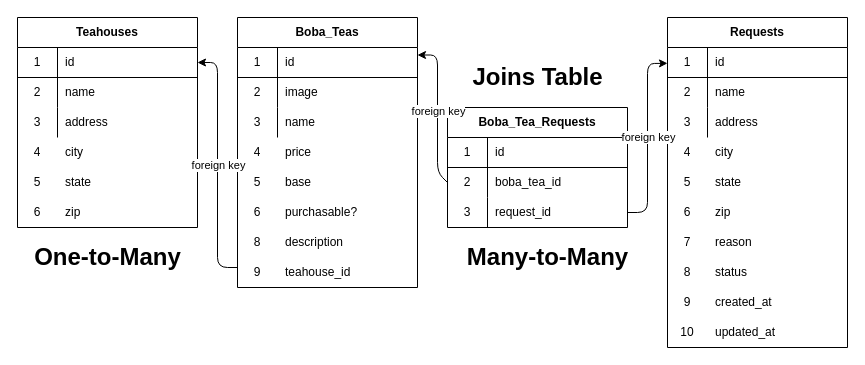
Above: lotus_flower_bomb.drawio in cowens87/lotus_flower_bomb (draw.io), before the change. Source tidied: cells renumbered, new cells numbered last; positions are measured from the earlier drawing's top-left corner, leaving out a move shared by most shapes. Both pictures are drawn from the tidied source at 100%, with x=0, y=0 at pixel (17, 17).
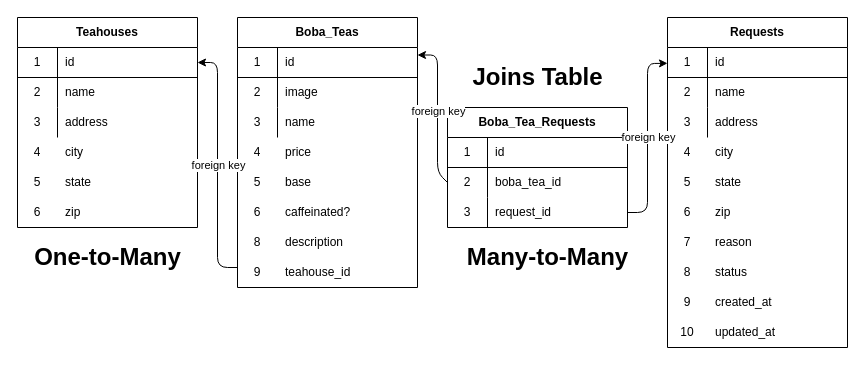
The same diagram, later.

Diff of the diagram source:
```diff
@@
-    <mxCell id="30" value="purchasable?" style="shape=partialRectangle;html=1;whiteSpace=wrap;fillColor=none;top=0;left=0;bottom=0;right=0;align=left;spacingLeft=6;overflow=hidden;" parent="1" vertex="1">
+    <mxCell id="30" value="caffeinated?" style="shape=partialRectangle;html=1;whiteSpace=wrap;fillColor=none;top=0;left=0;bottom=0;right=0;align=left;spacingLeft=6;overflow=hidden;" parent="1" vertex="1">
       <mxGeometry x="260" y="180" width="140" height="30" as="geometry" />
     </mxCell>
```
